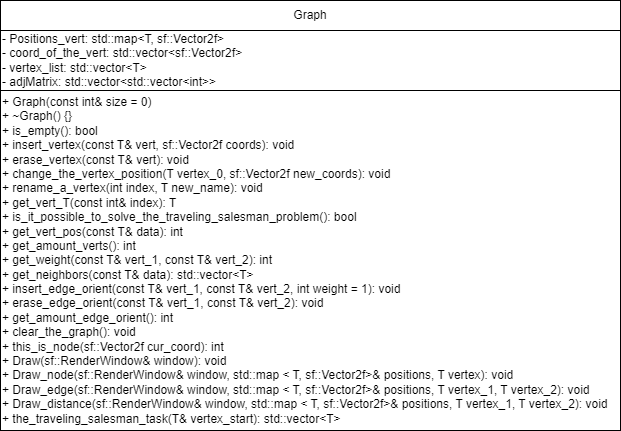
Above: creative work/traveling_salesman/uml-Graph.drawio.png in SonyAkb/Laboratory-works-for-the-2-semester (draw.io), before the change. Source tidied: cells renumbered, new cells last; positions are measured from the earlier drawing's top-left corner, leaving out a move shared by most shapes.
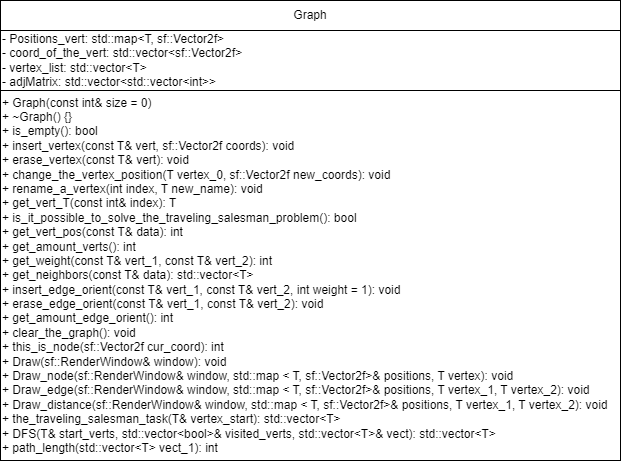
Above is the later version.

The edit, as a diff of the source:
```diff
@@ -8,8 +8,8 @@
     <mxCell id="3" value="&lt;div&gt;&lt;span style=&quot;font-size: 12px;&quot;&gt;- Positions_vert:&amp;nbsp;&lt;/span&gt;&lt;span style=&quot;background-color: initial;&quot;&gt;std::map&amp;lt;T, sf::Vector2f&amp;gt;&lt;/span&gt;&lt;span style=&quot;background-color: initial;&quot;&gt;&amp;nbsp;&lt;/span&gt;&lt;/div&gt;&lt;div&gt;&lt;span style=&quot;font-size: 12px;&quot;&gt;- coord_of_the_vert:&amp;nbsp;&lt;/span&gt;&lt;span style=&quot;background-color: initial;&quot;&gt;std::vector&amp;lt;sf::Vector2f&amp;gt;&lt;/span&gt;&lt;span style=&quot;background-color: initial;&quot;&gt;&amp;nbsp;&lt;/span&gt;&lt;/div&gt;&lt;div&gt;&lt;span style=&quot;font-size: 12px;&quot;&gt;- vertex_list:&amp;nbsp;&lt;/span&gt;&lt;span style=&quot;background-color: initial;&quot;&gt;std::vector&amp;lt;T&amp;gt;&lt;/span&gt;&lt;span style=&quot;background-color: initial;&quot;&gt;&amp;nbsp;&lt;/span&gt;&lt;/div&gt;&lt;div&gt;&lt;span style=&quot;font-size: 12px;&quot;&gt;- adjMatrix:&amp;nbsp;&lt;/span&gt;&lt;span style=&quot;background-color: initial;&quot;&gt;std::vector&amp;lt;std::vector&amp;lt;int&amp;gt;&amp;gt;&lt;/span&gt;&lt;span style=&quot;background-color: initial;&quot;&gt;&amp;nbsp;&lt;/span&gt;&lt;/div&gt;" style="rounded=0;whiteSpace=wrap;html=1;align=left;" parent="1" vertex="1">
       <mxGeometry y="30" width="620" height="60" as="geometry" />
     </mxCell>
-    <mxCell id="4" value="&lt;div&gt;&lt;span style=&quot;font-size: 12px;&quot;&gt;+ Graph(const int&amp;amp; size = 0)&lt;/span&gt;&lt;/div&gt;&lt;div&gt;&lt;span style=&quot;font-size: 12px;&quot;&gt;+ ~Graph() {}&lt;/span&gt;&lt;/div&gt;&lt;div&gt;&lt;span style=&quot;font-size: 12px;&quot;&gt;+ is_empty():&amp;nbsp;&lt;/span&gt;&lt;span style=&quot;background-color: initial;&quot;&gt;bool&lt;/span&gt;&lt;span style=&quot;background-color: initial;&quot;&gt;&amp;nbsp;&lt;/span&gt;&lt;/div&gt;&lt;div&gt;&lt;span style=&quot;font-size: 12px;&quot;&gt;+ insert_vertex(const T&amp;amp; vert, sf::Vector2f coords):&amp;nbsp;&lt;/span&gt;&lt;span style=&quot;background-color: initial;&quot;&gt;void&lt;/span&gt;&lt;span style=&quot;background-color: initial;&quot;&gt;&amp;nbsp;&lt;/span&gt;&lt;/div&gt;&lt;div&gt;&lt;span style=&quot;font-size: 12px;&quot;&gt;+ erase_vertex(const T&amp;amp; vert):&amp;nbsp;&lt;/span&gt;&lt;span style=&quot;background-color: initial;&quot;&gt;void&lt;/span&gt;&lt;span style=&quot;background-color: initial;&quot;&gt;&amp;nbsp;&lt;/span&gt;&lt;/div&gt;&lt;div&gt;&lt;span style=&quot;font-size: 12px;&quot;&gt;+ change_the_vertex_position(T vertex_0, sf::Vector2f new_coords):&amp;nbsp;&lt;/span&gt;&lt;span style=&quot;background-color: initial;&quot;&gt;void&lt;/span&gt;&lt;span style=&quot;background-color: initial;&quot;&gt;&amp;nbsp;&lt;/span&gt;&lt;/div&gt;&lt;div&gt;&lt;span style=&quot;font-size: 12px;&quot;&gt;+ rename_a_vertex(int index, T new_name):&amp;nbsp;&lt;/span&gt;&lt;span style=&quot;background-color: initial;&quot;&gt;void&lt;/span&gt;&lt;span style=&quot;background-color: initial;&quot;&gt;&amp;nbsp;&lt;/span&gt;&lt;/div&gt;&lt;div&gt;&lt;span style=&quot;font-size: 12px;&quot;&gt;+ get_vert_T(const int&amp;amp; index):&amp;nbsp;&lt;/span&gt;&lt;span style=&quot;background-color: initial;&quot;&gt;T&lt;/span&gt;&lt;span style=&quot;background-color: initial;&quot;&gt;&amp;nbsp;&lt;/span&gt;&lt;/div&gt;&lt;div&gt;&lt;span style=&quot;font-size: 12px;&quot;&gt;+ is_it_possible_to_solve_the_traveling_salesman_problem():&amp;nbsp;&lt;/span&gt;&lt;span style=&quot;background-color: initial;&quot;&gt;bool&lt;/span&gt;&lt;span style=&quot;background-color: initial;&quot;&gt;&amp;nbsp;&lt;/span&gt;&lt;/div&gt;&lt;div&gt;&lt;span style=&quot;font-size: 12px;&quot;&gt;+ get_vert_pos(const T&amp;amp; data):&amp;nbsp;&lt;/span&gt;&lt;span style=&quot;background-color: initial;&quot;&gt;int&lt;/span&gt;&lt;span style=&quot;background-color: initial;&quot;&gt;&amp;nbsp;&lt;/span&gt;&lt;/div&gt;&lt;div&gt;&lt;span style=&quot;font-size: 12px;&quot;&gt;+ get_amount_verts():&amp;nbsp;&lt;/span&gt;&lt;span style=&quot;background-color: initial;&quot;&gt;int&lt;/span&gt;&lt;span style=&quot;background-color: initial;&quot;&gt;&amp;nbsp;&lt;/span&gt;&lt;/div&gt;&lt;div&gt;&lt;span style=&quot;font-size: 12px;&quot;&gt;+ get_weight(const T&amp;amp; vert_1, const T&amp;amp; vert_2):&amp;nbsp;&lt;/span&gt;&lt;span style=&quot;background-color: initial;&quot;&gt;int&lt;/span&gt;&lt;span style=&quot;background-color: initial;&quot;&gt;&amp;nbsp;&lt;/span&gt;&lt;/div&gt;&lt;div&gt;&lt;span style=&quot;font-size: 12px;&quot;&gt;+ get_neighbors(const T&amp;amp; data):&amp;nbsp;&lt;/span&gt;&lt;span style=&quot;background-color: initial;&quot;&gt;std::vector&amp;lt;T&amp;gt;&lt;/span&gt;&lt;span style=&quot;background-color: initial;&quot;&gt;&amp;nbsp;&lt;/span&gt;&lt;/div&gt;&lt;div&gt;&lt;span style=&quot;font-size: 12px;&quot;&gt;+ insert_edge_orient(const T&amp;amp; vert_1, const T&amp;amp; vert_2, int weight = 1):&amp;nbsp;&lt;/span&gt;&lt;span style=&quot;background-color: initial;&quot;&gt;void&lt;/span&gt;&lt;span style=&quot;background-color: initial;&quot;&gt;&amp;nbsp;&lt;/span&gt;&lt;/div&gt;&lt;div&gt;&lt;span style=&quot;font-size: 12px;&quot;&gt;+ erase_edge_orient(const T&amp;amp; vert_1, const T&amp;amp; vert_2):&amp;nbsp;&lt;/span&gt;&lt;span style=&quot;background-color: initial;&quot;&gt;void&lt;/span&gt;&lt;span style=&quot;background-color: initial;&quot;&gt;&amp;nbsp;&lt;/span&gt;&lt;/div&gt;&lt;div&gt;&lt;span style=&quot;font-size: 12px;&quot;&gt;+ get_amount_edge_orient():&amp;nbsp;&lt;/span&gt;&lt;span style=&quot;background-color: initial;&quot;&gt;int&lt;/span&gt;&lt;span style=&quot;background-color: initial;&quot;&gt;&amp;nbsp;&lt;/span&gt;&lt;/div&gt;&lt;div&gt;&lt;span style=&quot;font-size: 12px;&quot;&gt;+ clear_the_graph():&amp;nbsp;&lt;/span&gt;&lt;span style=&quot;background-color: initial;&quot;&gt;void&lt;/span&gt;&lt;span style=&quot;background-color: initial;&quot;&gt;&amp;nbsp;&lt;/span&gt;&lt;/div&gt;&lt;div&gt;&lt;span style=&quot;font-size: 12px;&quot;&gt;+ this_is_node(sf::Vector2f cur_coord):&amp;nbsp;&lt;/span&gt;&lt;span style=&quot;background-color: initial;&quot;&gt;int&lt;/span&gt;&lt;span style=&quot;background-color: initial;&quot;&gt;&amp;nbsp;&lt;/span&gt;&lt;/div&gt;&lt;div&gt;&lt;span style=&quot;font-size: 12px;&quot;&gt;+ Draw(sf::RenderWindow&amp;amp; window):&amp;nbsp;&lt;/span&gt;&lt;span style=&quot;background-color: initial;&quot;&gt;void&lt;/span&gt;&lt;span style=&quot;background-color: initial;&quot;&gt;&amp;nbsp;&lt;/span&gt;&lt;/div&gt;&lt;div&gt;&lt;span style=&quot;font-size: 12px;&quot;&gt;+ Draw_node(sf::RenderWindow&amp;amp; window, std::map &amp;lt; T, sf::Vector2f&amp;gt;&amp;amp; positions, T vertex):&amp;nbsp;&lt;/span&gt;&lt;span style=&quot;background-color: initial;&quot;&gt;void&lt;/span&gt;&lt;span style=&quot;background-color: initial;&quot;&gt;&amp;nbsp;&lt;/span&gt;&lt;/div&gt;&lt;div&gt;&lt;span style=&quot;font-size: 12px;&quot;&gt;+ Draw_edge(sf::RenderWindow&amp;amp; window, std::map &amp;lt; T, sf::Vector2f&amp;gt;&amp;amp; positions, T vertex_1, T vertex_2):&amp;nbsp;&lt;/span&gt;&lt;span style=&quot;background-color: initial;&quot;&gt;void&lt;/span&gt;&lt;span style=&quot;background-color: initial;&quot;&gt;&amp;nbsp;&lt;/span&gt;&lt;/div&gt;&lt;div&gt;&lt;span style=&quot;font-size: 12px;&quot;&gt;+ Draw_distance(sf::RenderWindow&amp;amp; window, std::map &amp;lt; T, sf::Vector2f&amp;gt;&amp;amp; positions, T vertex_1, T vertex_2):&amp;nbsp;&lt;/span&gt;&lt;span style=&quot;background-color: initial;&quot;&gt;void&lt;/span&gt;&lt;span style=&quot;background-color: initial;&quot;&gt;&amp;nbsp;&lt;/span&gt;&lt;/div&gt;&lt;div&gt;&lt;span style=&quot;font-size: 12px;&quot;&gt;+ the_traveling_salesman_task(T&amp;amp; vertex_start):&amp;nbsp;&lt;/span&gt;&lt;span style=&quot;background-color: initial;&quot;&gt;std::vector&amp;lt;T&amp;gt;&lt;/span&gt;&lt;span style=&quot;background-color: initial;&quot;&gt;&amp;nbsp;&lt;/span&gt;&lt;/div&gt;" style="rounded=0;whiteSpace=wrap;html=1;align=left;" parent="1" vertex="1">
-      <mxGeometry y="90" width="620" height="340" as="geometry" />
+    <mxCell id="4" value="&lt;div&gt;&lt;span style=&quot;font-size: 12px;&quot;&gt;+ Graph(const int&amp;amp; size = 0)&lt;/span&gt;&lt;/div&gt;&lt;div&gt;&lt;span style=&quot;font-size: 12px;&quot;&gt;+ ~Graph() {}&lt;/span&gt;&lt;/div&gt;&lt;div&gt;&lt;span style=&quot;font-size: 12px;&quot;&gt;+ is_empty():&amp;nbsp;&lt;/span&gt;&lt;span style=&quot;background-color: initial;&quot;&gt;bool&lt;/span&gt;&lt;span style=&quot;background-color: initial;&quot;&gt;&amp;nbsp;&lt;/span&gt;&lt;/div&gt;&lt;div&gt;&lt;span style=&quot;font-size: 12px;&quot;&gt;+ insert_vertex(const T&amp;amp; vert, sf::Vector2f coords):&amp;nbsp;&lt;/span&gt;&lt;span style=&quot;background-color: initial;&quot;&gt;void&lt;/span&gt;&lt;span style=&quot;background-color: initial;&quot;&gt;&amp;nbsp;&lt;/span&gt;&lt;/div&gt;&lt;div&gt;&lt;span style=&quot;font-size: 12px;&quot;&gt;+ erase_vertex(const T&amp;amp; vert):&amp;nbsp;&lt;/span&gt;&lt;span style=&quot;background-color: initial;&quot;&gt;void&lt;/span&gt;&lt;span style=&quot;background-color: initial;&quot;&gt;&amp;nbsp;&lt;/span&gt;&lt;/div&gt;&lt;div&gt;&lt;span style=&quot;font-size: 12px;&quot;&gt;+ change_the_vertex_position(T vertex_0, sf::Vector2f new_coords):&amp;nbsp;&lt;/span&gt;&lt;span style=&quot;background-color: initial;&quot;&gt;void&lt;/span&gt;&lt;span style=&quot;background-color: initial;&quot;&gt;&amp;nbsp;&lt;/span&gt;&lt;/div&gt;&lt;div&gt;&lt;span style=&quot;font-size: 12px;&quot;&gt;+ rename_a_vertex(int index, T new_name):&amp;nbsp;&lt;/span&gt;&lt;span style=&quot;background-color: initial;&quot;&gt;void&lt;/span&gt;&lt;span style=&quot;background-color: initial;&quot;&gt;&amp;nbsp;&lt;/span&gt;&lt;/div&gt;&lt;div&gt;&lt;span style=&quot;font-size: 12px;&quot;&gt;+ get_vert_T(const int&amp;amp; index):&amp;nbsp;&lt;/span&gt;&lt;span style=&quot;background-color: initial;&quot;&gt;T&lt;/span&gt;&lt;span style=&quot;background-color: initial;&quot;&gt;&amp;nbsp;&lt;/span&gt;&lt;/div&gt;&lt;div&gt;&lt;span style=&quot;font-size: 12px;&quot;&gt;+ is_it_possible_to_solve_the_traveling_salesman_problem():&amp;nbsp;&lt;/span&gt;&lt;span style=&quot;background-color: initial;&quot;&gt;bool&lt;/span&gt;&lt;span style=&quot;background-color: initial;&quot;&gt;&amp;nbsp;&lt;/span&gt;&lt;/div&gt;&lt;div&gt;&lt;span style=&quot;font-size: 12px;&quot;&gt;+ get_vert_pos(const T&amp;amp; data):&amp;nbsp;&lt;/span&gt;&lt;span style=&quot;background-color: initial;&quot;&gt;int&lt;/span&gt;&lt;span style=&quot;background-color: initial;&quot;&gt;&amp;nbsp;&lt;/span&gt;&lt;/div&gt;&lt;div&gt;&lt;span style=&quot;font-size: 12px;&quot;&gt;+ get_amount_verts():&amp;nbsp;&lt;/span&gt;&lt;span style=&quot;background-color: initial;&quot;&gt;int&lt;/span&gt;&lt;span style=&quot;background-color: initial;&quot;&gt;&amp;nbsp;&lt;/span&gt;&lt;/div&gt;&lt;div&gt;&lt;span style=&quot;font-size: 12px;&quot;&gt;+ get_weight(const T&amp;amp; vert_1, const T&amp;amp; vert_2):&amp;nbsp;&lt;/span&gt;&lt;span style=&quot;background-color: initial;&quot;&gt;int&lt;/span&gt;&lt;span style=&quot;background-color: initial;&quot;&gt;&amp;nbsp;&lt;/span&gt;&lt;/div&gt;&lt;div&gt;&lt;span style=&quot;font-size: 12px;&quot;&gt;+ get_neighbors(const T&amp;amp; data):&amp;nbsp;&lt;/span&gt;&lt;span style=&quot;background-color: initial;&quot;&gt;std::vector&amp;lt;T&amp;gt;&lt;/span&gt;&lt;span style=&quot;background-color: initial;&quot;&gt;&amp;nbsp;&lt;/span&gt;&lt;/div&gt;&lt;div&gt;&lt;span style=&quot;font-size: 12px;&quot;&gt;+ insert_edge_orient(const T&amp;amp; vert_1, const T&amp;amp; vert_2, int weight = 1):&amp;nbsp;&lt;/span&gt;&lt;span style=&quot;background-color: initial;&quot;&gt;void&lt;/span&gt;&lt;span style=&quot;background-color: initial;&quot;&gt;&amp;nbsp;&lt;/span&gt;&lt;/div&gt;&lt;div&gt;&lt;span style=&quot;font-size: 12px;&quot;&gt;+ erase_edge_orient(const T&amp;amp; vert_1, const T&amp;amp; vert_2):&amp;nbsp;&lt;/span&gt;&lt;span style=&quot;background-color: initial;&quot;&gt;void&lt;/span&gt;&lt;span style=&quot;background-color: initial;&quot;&gt;&amp;nbsp;&lt;/span&gt;&lt;/div&gt;&lt;div&gt;&lt;span style=&quot;font-size: 12px;&quot;&gt;+ get_amount_edge_orient():&amp;nbsp;&lt;/span&gt;&lt;span style=&quot;background-color: initial;&quot;&gt;int&lt;/span&gt;&lt;span style=&quot;background-color: initial;&quot;&gt;&amp;nbsp;&lt;/span&gt;&lt;/div&gt;&lt;div&gt;&lt;span style=&quot;font-size: 12px;&quot;&gt;+ clear_the_graph():&amp;nbsp;&lt;/span&gt;&lt;span style=&quot;background-color: initial;&quot;&gt;void&lt;/span&gt;&lt;span style=&quot;background-color: initial;&quot;&gt;&amp;nbsp;&lt;/span&gt;&lt;/div&gt;&lt;div&gt;&lt;span style=&quot;font-size: 12px;&quot;&gt;+ this_is_node(sf::Vector2f cur_coord):&amp;nbsp;&lt;/span&gt;&lt;span style=&quot;background-color: initial;&quot;&gt;int&lt;/span&gt;&lt;span style=&quot;background-color: initial;&quot;&gt;&amp;nbsp;&lt;/span&gt;&lt;/div&gt;&lt;div&gt;&lt;span style=&quot;font-size: 12px;&quot;&gt;+ Draw(sf::RenderWindow&amp;amp; window):&amp;nbsp;&lt;/span&gt;&lt;span style=&quot;background-color: initial;&quot;&gt;void&lt;/span&gt;&lt;span style=&quot;background-color: initial;&quot;&gt;&amp;nbsp;&lt;/span&gt;&lt;/div&gt;&lt;div&gt;&lt;span style=&quot;font-size: 12px;&quot;&gt;+ Draw_node(sf::RenderWindow&amp;amp; window, std::map &amp;lt; T, sf::Vector2f&amp;gt;&amp;amp; positions, T vertex):&amp;nbsp;&lt;/span&gt;&lt;span style=&quot;background-color: initial;&quot;&gt;void&lt;/span&gt;&lt;span style=&quot;background-color: initial;&quot;&gt;&amp;nbsp;&lt;/span&gt;&lt;/div&gt;&lt;div&gt;&lt;span style=&quot;font-size: 12px;&quot;&gt;+ Draw_edge(sf::RenderWindow&amp;amp; window, std::map &amp;lt; T, sf::Vector2f&amp;gt;&amp;amp; positions, T vertex_1, T vertex_2):&amp;nbsp;&lt;/span&gt;&lt;span style=&quot;background-color: initial;&quot;&gt;void&lt;/span&gt;&lt;span style=&quot;background-color: initial;&quot;&gt;&amp;nbsp;&lt;/span&gt;&lt;/div&gt;&lt;div&gt;&lt;span style=&quot;font-size: 12px;&quot;&gt;+ Draw_distance(sf::RenderWindow&amp;amp; window, std::map &amp;lt; T, sf::Vector2f&amp;gt;&amp;amp; positions, T vertex_1, T vertex_2):&amp;nbsp;&lt;/span&gt;&lt;span style=&quot;background-color: initial;&quot;&gt;void&lt;/span&gt;&lt;span style=&quot;background-color: initial;&quot;&gt;&amp;nbsp;&lt;/span&gt;&lt;/div&gt;&lt;div&gt;&lt;span style=&quot;font-size: 12px;&quot;&gt;+ the_traveling_salesman_task(T&amp;amp; vertex_start):&amp;nbsp;&lt;/span&gt;&lt;span style=&quot;background-color: initial;&quot;&gt;std::vector&amp;lt;T&amp;gt;&lt;/span&gt;&lt;span style=&quot;background-color: initial;&quot;&gt;&amp;nbsp;&lt;/span&gt;&lt;/div&gt;&lt;div&gt;&lt;span style=&quot;background-color: initial; font-size: 12px;&quot;&gt;&lt;div&gt;+ DFS(T&amp;amp; start_verts, std::vector&amp;lt;bool&amp;gt;&amp;amp; visited_verts, std::vector&amp;lt;T&amp;gt;&amp;amp; vect):&amp;nbsp;&lt;span style=&quot;background-color: initial;&quot;&gt;std::vector&amp;lt;T&amp;gt;&lt;/span&gt;&lt;span style=&quot;background-color: initial;&quot;&gt;&amp;nbsp;&lt;/span&gt;&lt;/div&gt;&lt;/span&gt;&lt;span style=&quot;background-color: initial; font-size: 12px;&quot;&gt;&lt;div&gt;+ path_length(std::vector&amp;lt;T&amp;gt; vect_1):&amp;nbsp;&lt;span style=&quot;background-color: initial;&quot;&gt;int&lt;/span&gt;&lt;span style=&quot;background-color: initial;&quot;&gt;&amp;nbsp;&lt;/span&gt;&lt;/div&gt;&lt;/span&gt;&lt;/div&gt;" style="rounded=0;whiteSpace=wrap;html=1;align=left;" parent="1" vertex="1">
+      <mxGeometry y="90" width="620" height="370" as="geometry" />
     </mxCell>
   </root>
 </mxGraphModel>
```
